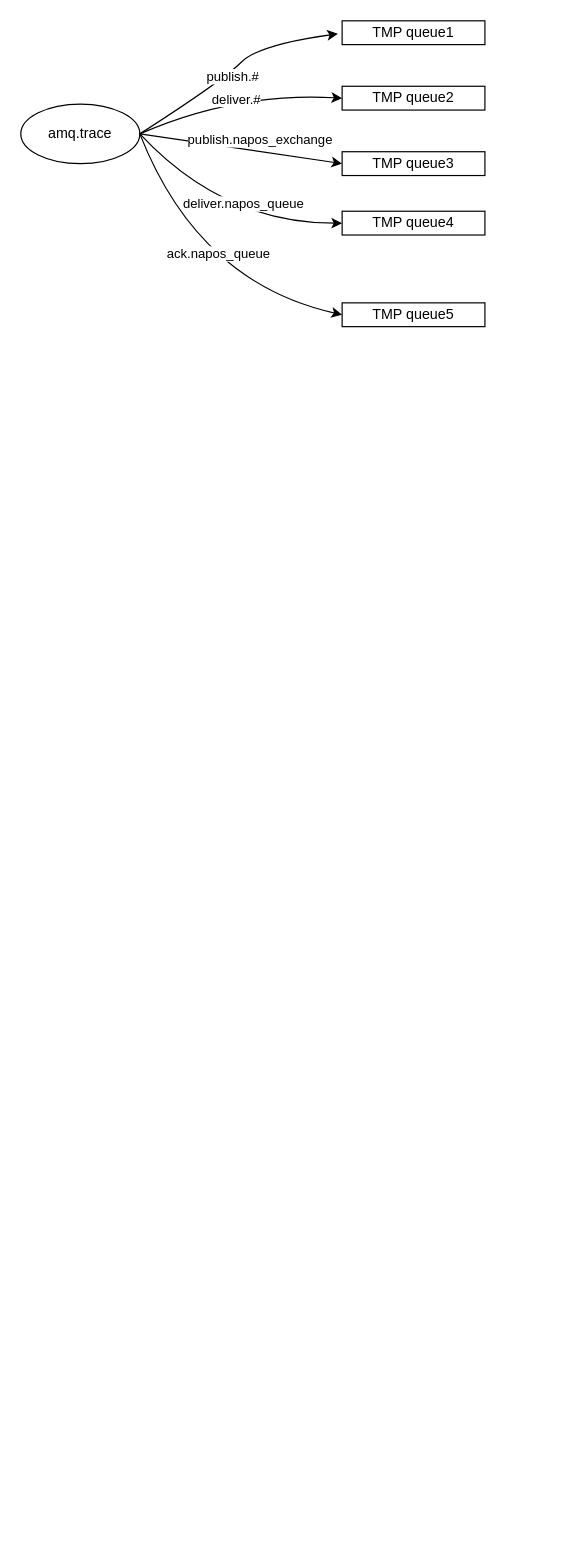
This is page "Page-1" (1 of 4) of eleme/Untitled Diagram.drawio from zhangwm1987/mydraw_io, a draw.io file, before an edit. Source tidied: cells renumbered, new cells numbered last; positions are measured from the earlier drawing's top-left corner, leaving out a move shared by most shapes. Both pictures are drawn from the tidied source at 119%, with x=0, y=0 at pixel (20, 20).
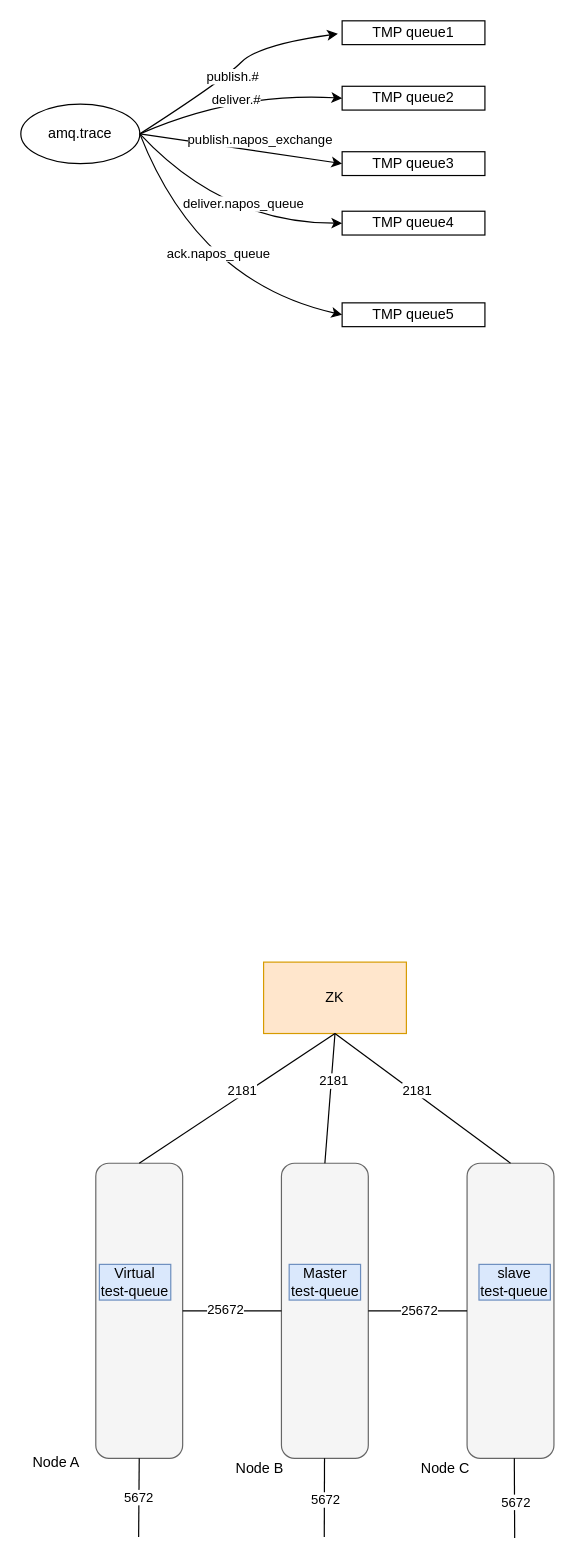
The same diagram, later.

Diff of the diagram source:
```diff
@@
+    <mxCell id="18" style="rounded=1;whiteSpace=wrap;html=1;fillColor=#f5f5f5;fontColor=#333333;strokeColor=#666666;" parent="1" vertex="1">
+      <mxGeometry x="219" y="960" width="73" height="248" as="geometry" />
+    </mxCell>
+    <mxCell id="19" style="rounded=1;whiteSpace=wrap;html=1;fillColor=#f5f5f5;fontColor=#333333;strokeColor=#666666;" parent="1" vertex="1">
+      <mxGeometry x="63" y="960" width="73" height="248" as="geometry" />
+    </mxCell>
+    <mxCell id="20" style="rounded=1;whiteSpace=wrap;html=1;fillColor=#f5f5f5;fontColor=#333333;strokeColor=#666666;" parent="1" vertex="1">
+      <mxGeometry x="375" y="960" width="73" height="248" as="geometry" />
+    </mxCell>
+    <mxCell id="21" value="Node A" style="text;html=1;strokeColor=none;fillColor=none;align=center;verticalAlign=middle;whiteSpace=wrap;rounded=0;" parent="1" vertex="1">
+      <mxGeometry y="1197" width="60" height="30" as="geometry" />
+    </mxCell>
+    <mxCell id="22" value="Node B" style="text;html=1;strokeColor=none;fillColor=none;align=center;verticalAlign=middle;whiteSpace=wrap;rounded=0;" parent="1" vertex="1">
+      <mxGeometry x="171" y="1202" width="60" height="30" as="geometry" />
+    </mxCell>
+    <mxCell id="23" value="Node C" style="text;html=1;strokeColor=none;fillColor=none;align=center;verticalAlign=middle;whiteSpace=wrap;rounded=0;" parent="1" vertex="1">
+      <mxGeometry x="327" y="1202" width="60" height="30" as="geometry" />
+    </mxCell>
+    <mxCell id="24" value="Virtual&lt;br&gt;test-queue" style="text;html=1;strokeColor=#6c8ebf;fillColor=#dae8fc;align=center;verticalAlign=middle;whiteSpace=wrap;rounded=0;shadow=0;" parent="1" vertex="1">
+      <mxGeometry x="66" y="1045" width="60" height="30" as="geometry" />
+    </mxCell>
+    <mxCell id="25" value="Master&lt;br&gt;test-queue" style="text;html=1;strokeColor=#6c8ebf;fillColor=#dae8fc;align=center;verticalAlign=middle;whiteSpace=wrap;rounded=0;" parent="1" vertex="1">
+      <mxGeometry x="225.5" y="1045" width="60" height="30" as="geometry" />
+    </mxCell>
+    <mxCell id="26" value="slave&lt;br&gt;test-queue" style="text;html=1;strokeColor=#6c8ebf;fillColor=#dae8fc;align=center;verticalAlign=middle;whiteSpace=wrap;rounded=0;" parent="1" vertex="1">
+      <mxGeometry x="385" y="1045" width="60" height="30" as="geometry" />
+    </mxCell>
+    <mxCell id="27" value="ZK" style="rounded=0;whiteSpace=wrap;html=1;shadow=0;fillColor=#ffe6cc;strokeColor=#d79b00;" parent="1" vertex="1">
+      <mxGeometry x="204" y="791" width="120" height="60" as="geometry" />
+    </mxCell>
+    <mxCell id="28" style="endArrow=none;html=1;rounded=0;entryX=0.5;entryY=1;entryDx=0;entryDy=0;exitX=0.5;exitY=0;exitDx=0;exitDy=0;" parent="1" edge="1" source="19" target="27">
+      <mxGeometry relative="1" as="geometry" />
+    </mxCell>
+    <mxCell id="29" value="2181" style="edgeLabel;html=1;align=center;verticalAlign=middle;" parent="28" vertex="1">
+      <mxGeometry x="0.07" y="4" relative="1" as="geometry" />
+    </mxCell>
+    <mxCell id="30" style="endArrow=none;html=1;rounded=0;entryX=0.5;entryY=1;entryDx=0;entryDy=0;exitX=0.5;exitY=0;exitDx=0;exitDy=0;" parent="1" edge="1" source="18" target="27">
+      <mxGeometry relative="1" as="geometry" />
+    </mxCell>
+    <mxCell id="31" value="2181" style="edgeLabel;html=1;align=center;verticalAlign=middle;" parent="30" vertex="1">
+      <mxGeometry x="0.28" y="-2" relative="1" as="geometry" />
+    </mxCell>
+    <mxCell id="32" style="endArrow=none;html=1;rounded=0;entryX=0.5;entryY=1;entryDx=0;entryDy=0;exitX=0.5;exitY=0;exitDx=0;exitDy=0;" parent="1" edge="1" source="20" target="27">
+      <mxGeometry relative="1" as="geometry" />
+    </mxCell>
+    <mxCell id="33" value="2181" style="edgeLabel;html=1;align=center;verticalAlign=middle;" parent="32" vertex="1">
+      <mxGeometry x="0.09" y="-3" relative="1" as="geometry" />
+    </mxCell>
+    <mxCell id="34" style="endArrow=none;html=1;rounded=0;entryX=0;entryY=0.5;entryDx=0;entryDy=0;exitX=1;exitY=0.5;exitDx=0;exitDy=0;" parent="1" edge="1" source="19" target="18">
+      <mxGeometry relative="1" as="geometry" />
+    </mxCell>
+    <mxCell id="35" value="25672" style="edgeLabel;html=1;align=center;verticalAlign=middle;" parent="34" vertex="1">
+      <mxGeometry x="-0.17" y="3" relative="1" as="geometry">
+        <mxPoint x="1" y="1" as="offset" />
+      </mxGeometry>
+    </mxCell>
+    <mxCell id="36" style="endArrow=none;html=1;rounded=0;entryX=0;entryY=0.5;entryDx=0;entryDy=0;exitX=1;exitY=0.5;exitDx=0;exitDy=0;" parent="1" edge="1" source="18" target="20">
+      <mxGeometry relative="1" as="geometry" />
+    </mxCell>
+    <mxCell id="37" value="25672" style="edgeLabel;html=1;align=center;verticalAlign=middle;" parent="36" vertex="1">
+      <mxGeometry y="2" relative="1" as="geometry">
+        <mxPoint y="1" as="offset" />
+      </mxGeometry>
+    </mxCell>
+    <mxCell id="38" value="5672" style="endArrow=none;html=1;rounded=0;entryX=0.5;entryY=1;entryDx=0;entryDy=0;" parent="1" edge="1" target="19">
+      <mxGeometry relative="1" as="geometry">
+        <mxPoint x="99" y="1274" as="sourcePoint" />
+      </mxGeometry>
+    </mxCell>
+    <mxCell id="39" style="endArrow=none;html=1;rounded=0;entryX=0.5;entryY=1;entryDx=0;entryDy=0;" parent="1" edge="1">
+      <mxGeometry relative="1" as="geometry">
+        <mxPoint x="255" y="1274" as="sourcePoint" />
+        <mxPoint x="255.2" y="1208" as="targetPoint" />
+      </mxGeometry>
+    </mxCell>
+    <mxCell id="40" value="5672" style="edgeLabel;html=1;align=center;verticalAlign=middle;" parent="39" vertex="1">
+      <mxGeometry x="-0.03" relative="1" as="geometry" />
+    </mxCell>
+    <mxCell id="41" style="endArrow=none;html=1;rounded=0;entryX=0.5;entryY=1;entryDx=0;entryDy=0;" parent="1" edge="1">
+      <mxGeometry relative="1" as="geometry">
+        <mxPoint x="415" y="1275" as="sourcePoint" />
+        <mxPoint x="414.7" y="1208" as="targetPoint" />
+      </mxGeometry>
+    </mxCell>
+    <mxCell id="42" value="5672" style="edgeLabel;html=1;align=center;verticalAlign=middle;" parent="41" vertex="1">
+      <mxGeometry x="-0.09" y="-1" relative="1" as="geometry" />
+    </mxCell>
```
